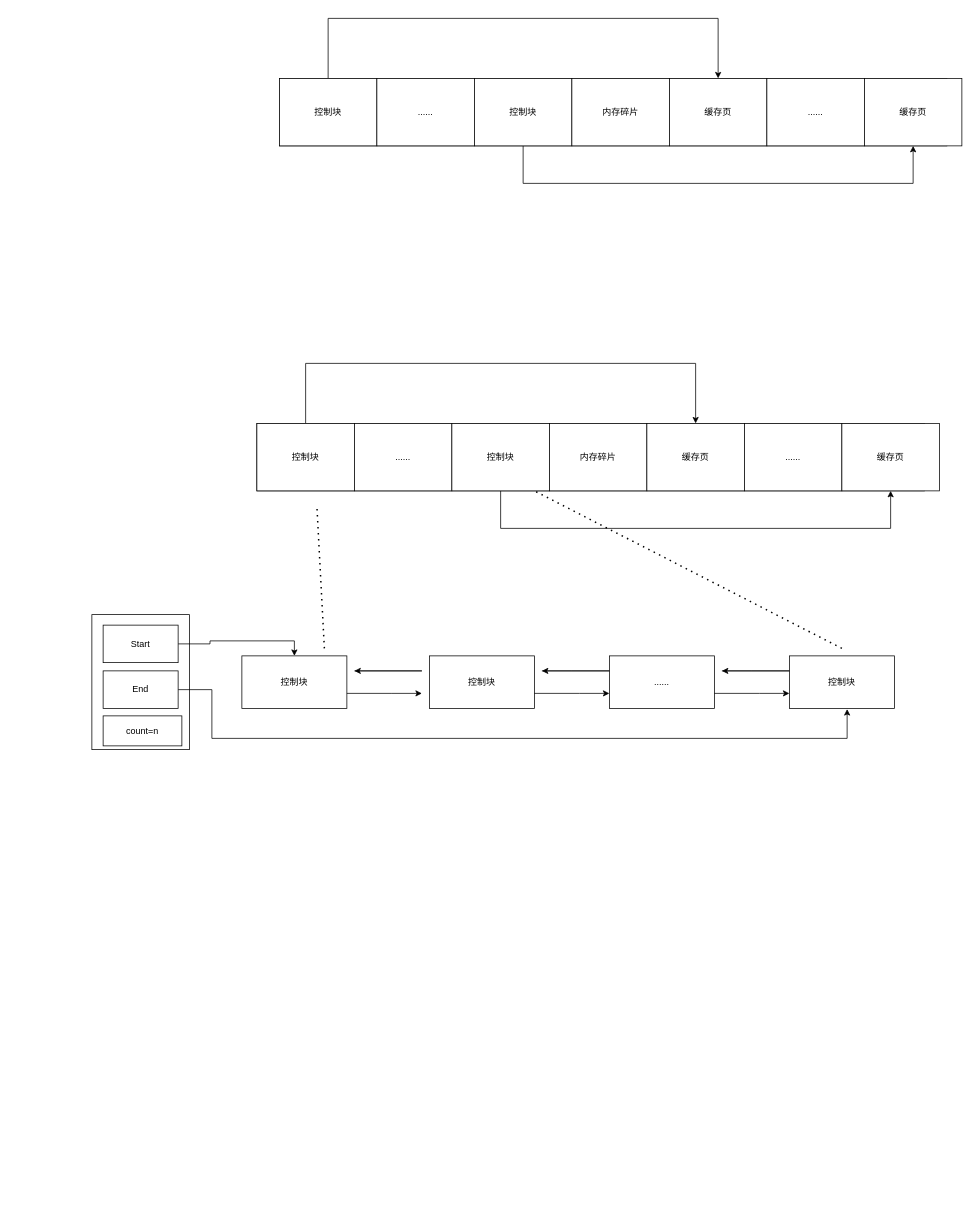
ruY9527/source-notes keeps this draw.io diagram as page "Buffer_Pool" (3 of 3) of 资源文件/draw/mysql相关.drawio. Above is the earlier version. Source tidied: cells renumbered, new cells numbered last; positions are measured from the earlier drawing's top-left corner, leaving out a move shared by most shapes. Both pictures are drawn from the tidied source at 75%, with x=0, y=0 at pixel (92, 18).
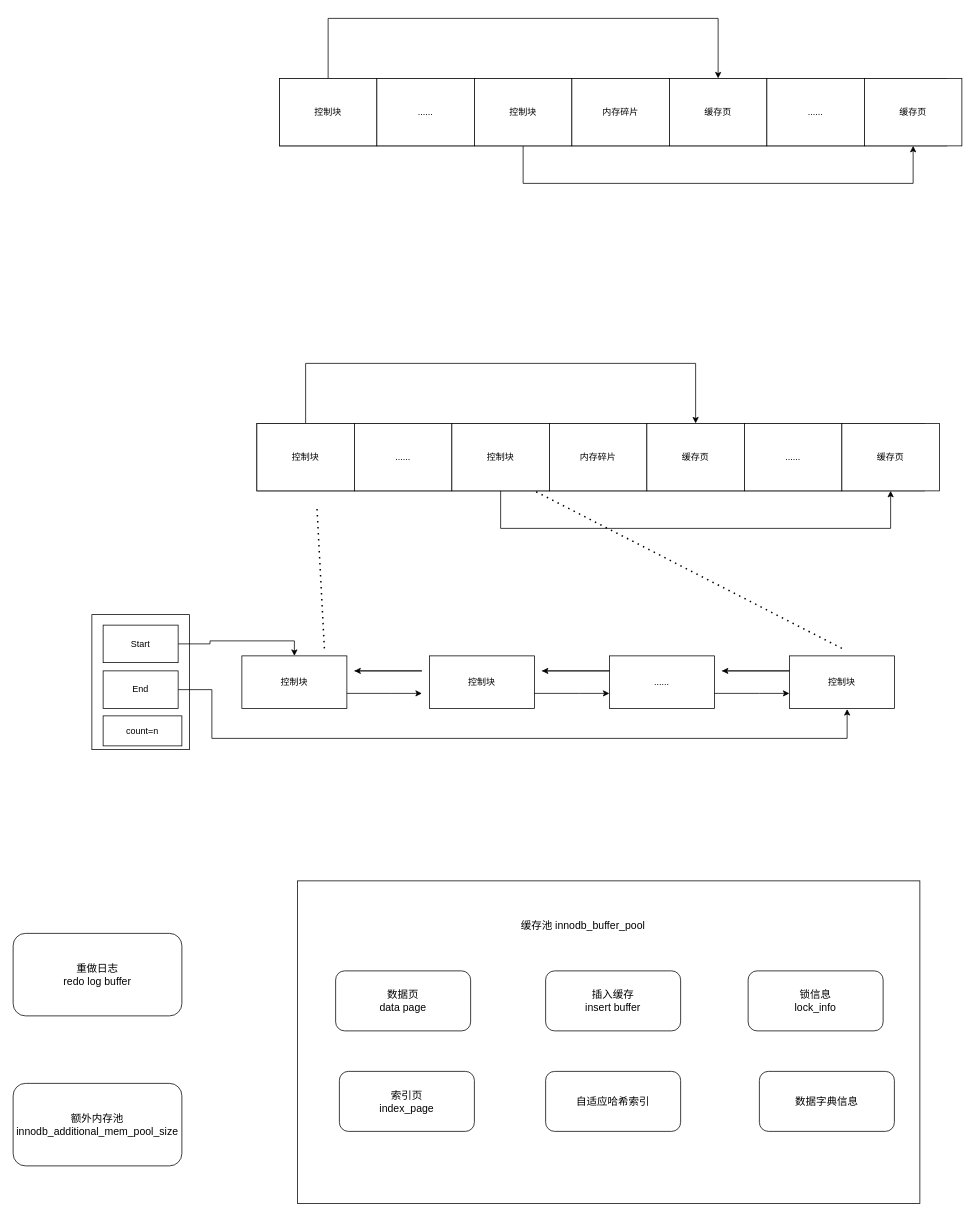
Above is the later version.

The edit, as a diff of the source:
```diff
@@
+    <mxCell id="40" style="rounded=0;whiteSpace=wrap;html=1;" parent="1" vertex="1">
+      <mxGeometry x="274" y="1150" width="830" height="430" as="geometry" />
+    </mxCell>
+    <mxCell id="41" value="&lt;font style=&quot;font-size: 14px;&quot;&gt;缓存池 innodb_buffer_pool&lt;/font&gt;" style="text;html=1;strokeColor=none;fillColor=none;align=center;verticalAlign=middle;whiteSpace=wrap;rounded=0;" parent="1" vertex="1">
+      <mxGeometry x="510" y="1180" width="290" height="60" as="geometry" />
+    </mxCell>
+    <mxCell id="42" value="数据页&lt;br&gt;data page" style="rounded=1;whiteSpace=wrap;html=1;fontSize=14;" parent="1" vertex="1">
+      <mxGeometry x="325" y="1270" width="180" height="80" as="geometry" />
+    </mxCell>
+    <mxCell id="43" value="索引页&lt;br&gt;index_page" style="rounded=1;whiteSpace=wrap;html=1;fontSize=14;" parent="1" vertex="1">
+      <mxGeometry x="330" y="1404" width="180" height="80" as="geometry" />
+    </mxCell>
+    <mxCell id="44" value="插入缓存&lt;br&gt;insert buffer" style="rounded=1;whiteSpace=wrap;html=1;fontSize=14;" parent="1" vertex="1">
+      <mxGeometry x="605" y="1270" width="180" height="80" as="geometry" />
+    </mxCell>
+    <mxCell id="45" value="锁信息&lt;br&gt;lock_info" style="rounded=1;whiteSpace=wrap;html=1;fontSize=14;" parent="1" vertex="1">
+      <mxGeometry x="875" y="1270" width="180" height="80" as="geometry" />
+    </mxCell>
+    <mxCell id="46" value="自适应哈希索引" style="rounded=1;whiteSpace=wrap;html=1;fontSize=14;" parent="1" vertex="1">
+      <mxGeometry x="605" y="1404" width="180" height="80" as="geometry" />
+    </mxCell>
+    <mxCell id="47" value="数据字典信息" style="rounded=1;whiteSpace=wrap;html=1;fontSize=14;" parent="1" vertex="1">
+      <mxGeometry x="890" y="1404" width="180" height="80" as="geometry" />
+    </mxCell>
+    <mxCell id="48" value="重做日志&lt;br&gt;redo log buffer" style="rounded=1;whiteSpace=wrap;html=1;fontSize=14;" parent="1" vertex="1">
+      <mxGeometry x="-105" y="1220" width="225" height="110" as="geometry" />
+    </mxCell>
+    <mxCell id="49" value="额外内存池&lt;br&gt;innodb_additional_mem_pool_size" style="rounded=1;whiteSpace=wrap;html=1;fontSize=14;" parent="1" vertex="1">
+      <mxGeometry x="-105" y="1420" width="225" height="110" as="geometry" />
+    </mxCell>
```
